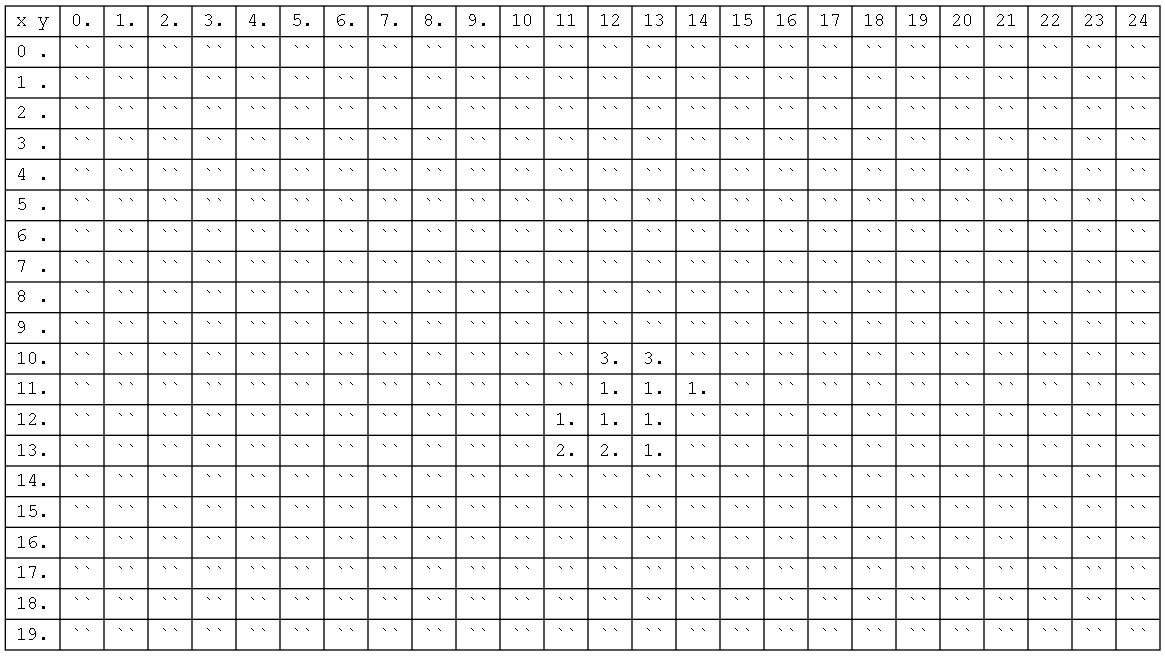
Lcastellanos5686/IPC2_Proyecto1_202103105 keeps this Graphviz diagram as muestra.png. Above is the earlier version. Its source is kept beside it as muestra.dot.
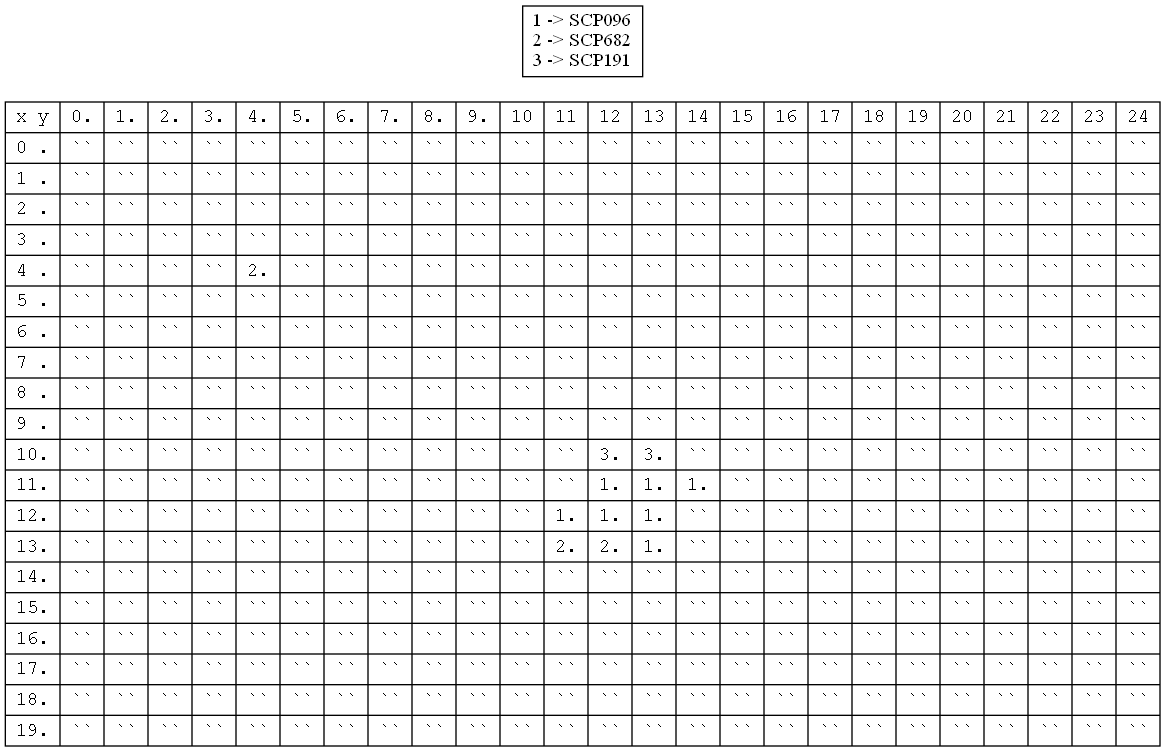
The same file after the commit.

Change to the diagram source:
```diff
@@ -7,7 +7,7 @@
 {1 .|``|``|``|``|``|``|``|``|``|``|``|``|``|``|``|``|``|``|``|``|``|``|``|``|``}|
 {2 .|``|``|``|``|``|``|``|``|``|``|``|``|``|``|``|``|``|``|``|``|``|``|``|``|``}|
 {3 .|``|``|``|``|``|``|``|``|``|``|``|``|``|``|``|``|``|``|``|``|``|``|``|``|``}|
-{4 .|``|``|``|``|``|``|``|``|``|``|``|``|``|``|``|``|``|``|``|``|``|``|``|``|``}|
+{4 .|``|``|``|``|2.|``|``|``|``|``|``|``|``|``|``|``|``|``|``|``|``|``|``|``|``}|
 {5 .|``|``|``|``|``|``|``|``|``|``|``|``|``|``|``|``|``|``|``|``|``|``|``|``|``}|
 {6 .|``|``|``|``|``|``|``|``|``|``|``|``|``|``|``|``|``|``|``|``|``|``|``|``|``}|
 {7 .|``|``|``|``|``|``|``|``|``|``|``|``|``|``|``|``|``|``|``|``|``|``|``|``|``}|
@@ -22,5 +22,9 @@
 {16.|``|``|``|``|``|``|``|``|``|``|``|``|``|``|``|``|``|``|``|``|``|``|``|``|``}|
 {17.|``|``|``|``|``|``|``|``|``|``|``|``|``|``|``|``|``|``|``|``|``|``|``|``|``}|
 {18.|``|``|``|``|``|``|``|``|``|``|``|``|``|``|``|``|``|``|``|``|``|``|``|``|``}|
-{19.|``|``|``|``|``|``|``|``|``|``|``|``|``|``|``|``|``|``|``|``|``|``|``|``|``}"]
+{19.|``|``|``|``|``|``|``|``|``|``|``|``|``|``|``|``|``|``|``|``|``|``|``|``|``}"];
+"1 -> SCP096
+2 -> SCP682
+3 -> SCP191
+"
                 }
```
